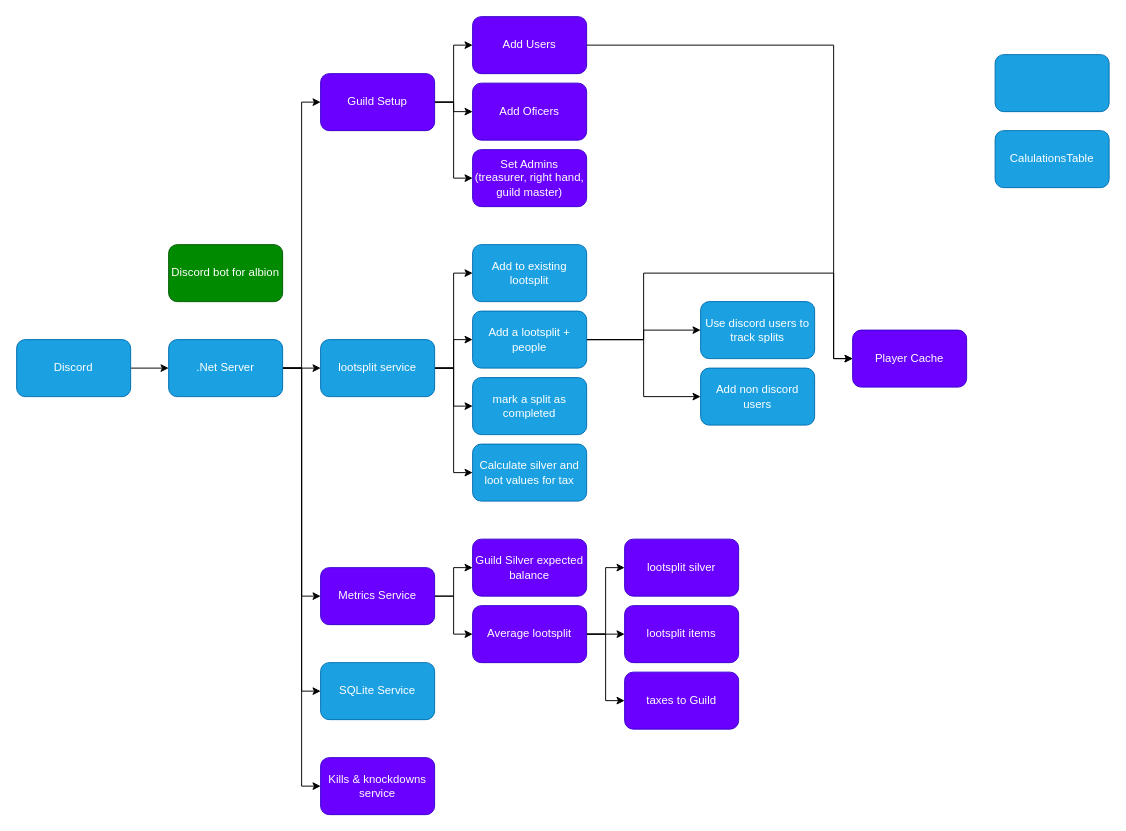
Above: Services org.drawio in Skyfall1235/AlbionLootBot (draw.io), before the change. Source tidied: cells renumbered, new cells numbered last; positions are measured from the earlier drawing's top-left corner, leaving out a move shared by most shapes. Both pictures are drawn from the tidied source at 95%, with x=0, y=0 at pixel (16, 16).
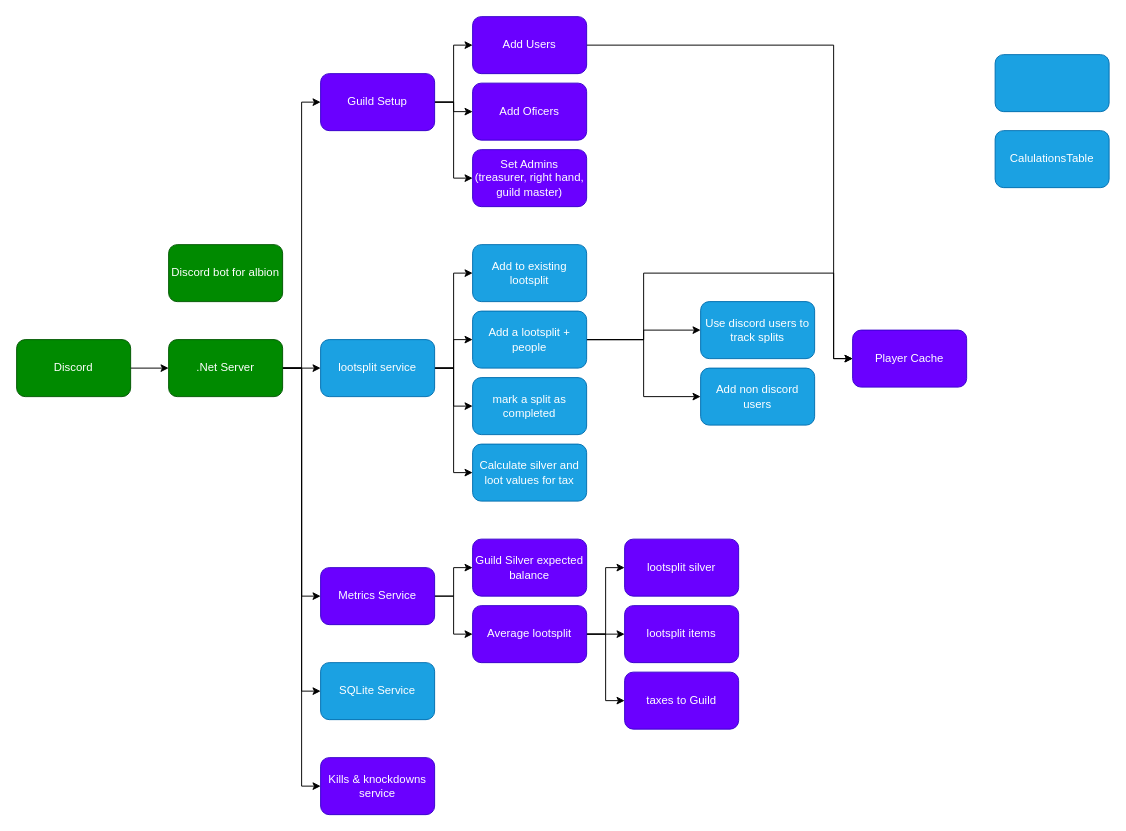
The same page after the edit.

Diff of the diagram source:
```diff
@@
-    <mxCell id="13" value=".Net Server" style="rounded=1;whiteSpace=wrap;html=1;fillColor=#1ba1e2;fontColor=#ffffff;strokeColor=#006EAF;" parent="1" vertex="1">
+    <mxCell id="13" value=".Net Server" style="rounded=1;whiteSpace=wrap;html=1;fillColor=#008a00;fontColor=#ffffff;strokeColor=#005700;" parent="1" vertex="1">
       <mxGeometry x="160" y="340" width="120" height="60" as="geometry" />
     </mxCell>
@@
-    <mxCell id="15" value="Discord" style="rounded=1;whiteSpace=wrap;html=1;fillColor=#1ba1e2;fontColor=#ffffff;strokeColor=#006EAF;" parent="1" vertex="1">
+    <mxCell id="15" value="Discord" style="rounded=1;whiteSpace=wrap;html=1;fillColor=#008a00;fontColor=#ffffff;strokeColor=#005700;" parent="1" vertex="1">
       <mxGeometry y="340" width="120" height="60" as="geometry" />
     </mxCell>
```
